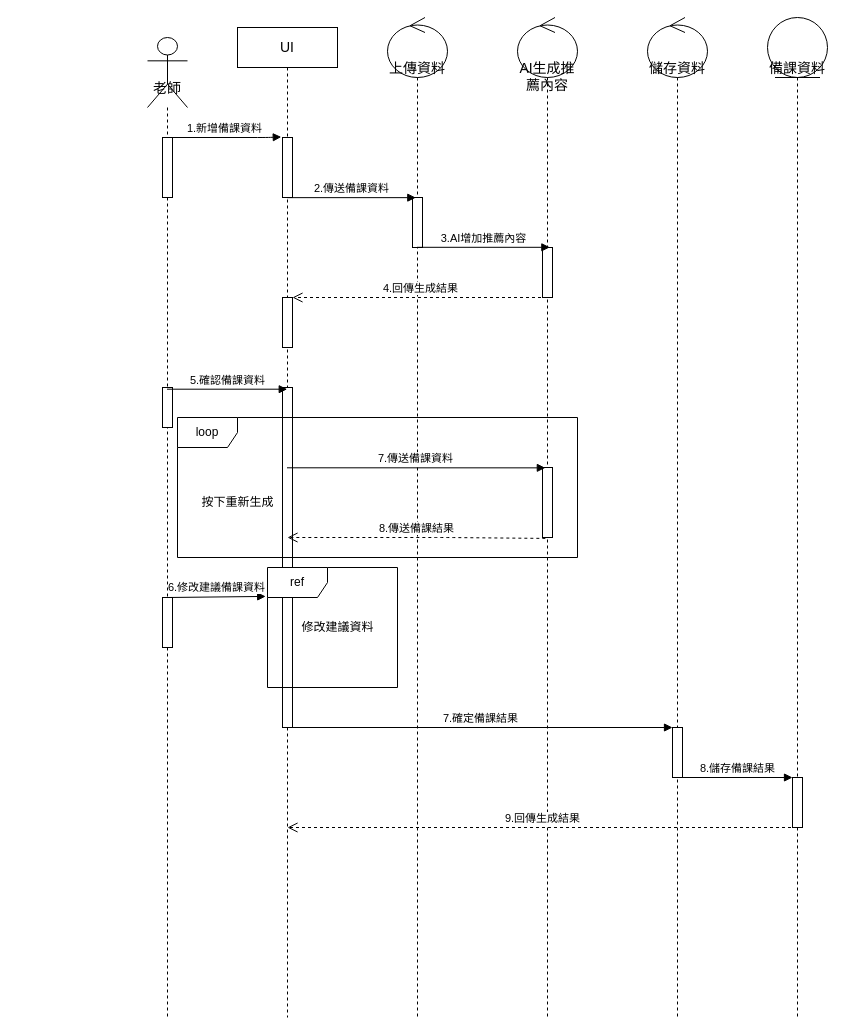
This is AC循序圖(建立備課資料並修改建議資料).drawio from Kevincheng0804/System-analysis, a draw.io file, before an edit. Source tidied: cells renumbered, new cells numbered last; positions are measured from the earlier drawing's top-left corner, leaving out a move shared by most shapes. Both pictures are drawn from the tidied source at 100%, with x=0, y=0 at pixel (147, 17).
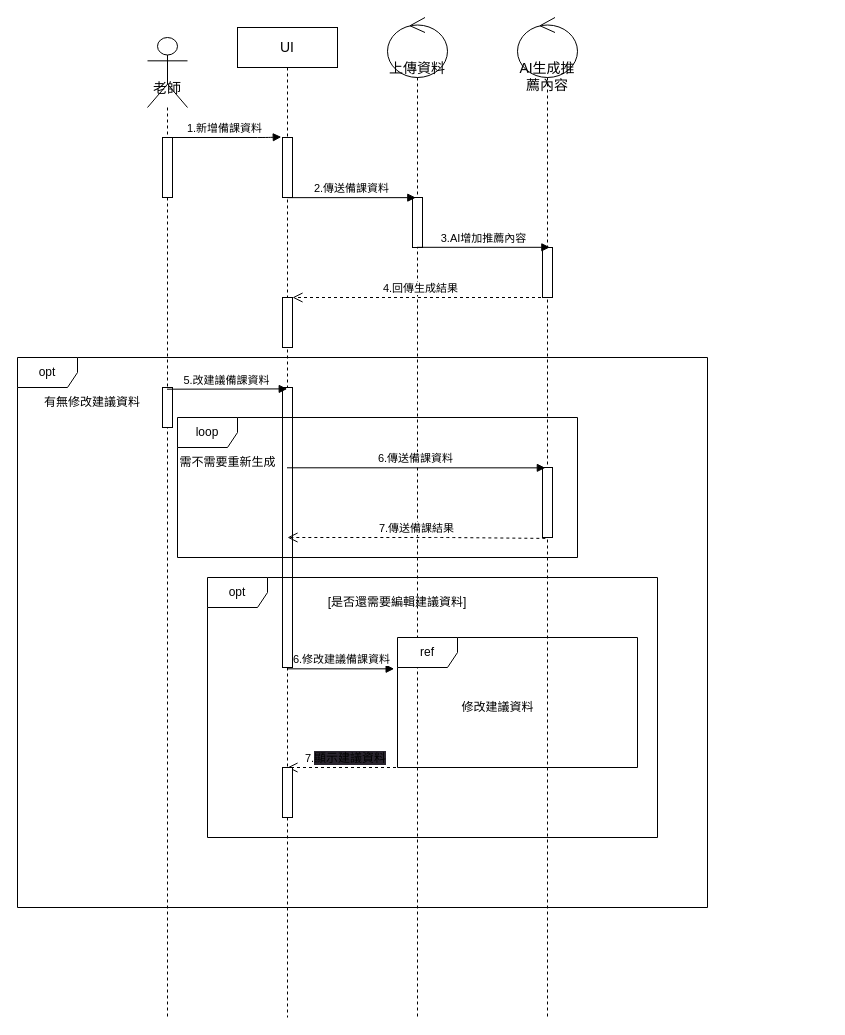
The same page after the edit.

The change refers to these unchanged cells:
```xml
<mxCell id="2" value="&lt;font style=&quot;font-size: 14px;&quot;&gt;老師&lt;/font&gt;" style="shape=umlLifeline;participant=umlActor;perimeter=lifelinePerimeter;whiteSpace=wrap;html=1;verticalAlign=top;spacingTop=36;outlineConnect=0;size=70;" parent="1" vertex="1">
  <mxGeometry y="20" width="40" height="980" as="geometry" />
</mxCell>
<mxCell id="6" value="UI" style="shape=umlLifeline;perimeter=lifelinePerimeter;whiteSpace=wrap;html=1;outlineConnect=0;fontSize=14;" parent="1" vertex="1">
  <mxGeometry x="90" y="10" width="100" height="990" as="geometry" />
</mxCell>
<mxCell id="14" style="html=1;points=[];perimeter=orthogonalPerimeter;" parent="12" vertex="1">
  <mxGeometry x="25" y="450" width="10" height="70" as="geometry" />
</mxCell>
```

Diff of the diagram source:
```diff
@@
-    <mxCell id="5" style="html=1;points=[];perimeter=orthogonalPerimeter;" parent="2" vertex="1">
-      <mxGeometry x="15" y="560" width="10" height="50" as="geometry" />
-    </mxCell>
@@
     <mxCell id="9" style="html=1;points=[];perimeter=orthogonalPerimeter;" parent="6" vertex="1">
-      <mxGeometry x="45" y="360" width="10" height="340" as="geometry" />
+      <mxGeometry x="45" y="360" width="10" height="280" as="geometry" />
     </mxCell>
+    <mxCell id="34" value="7.&lt;span style=&quot;font-size: 12px; background-color: rgb(42, 37, 47);&quot;&gt;顯示建議資料&lt;/span&gt;" style="html=1;verticalAlign=bottom;endArrow=open;dashed=1;endSize=8;" parent="6" edge="1">
+      <mxGeometry relative="1" as="geometry">
+        <mxPoint x="164.5" y="740" as="sourcePoint" />
+        <mxPoint x="50" y="740" as="targetPoint" />
+        <Array as="points">
+          <mxPoint x="85" y="740" />
+        </Array>
+      </mxGeometry>
+    </mxCell>
+    <mxCell id="35" style="html=1;perimeter=orthogonalPerimeter;" parent="6" vertex="1">
+      <mxGeometry x="45" y="740" width="10" height="50" as="geometry" />
+    </mxCell>
@@
-    <mxCell id="15" value="儲存資料" style="shape=umlLifeline;participant=umlControl;perimeter=lifelinePerimeter;whiteSpace=wrap;html=1;verticalAlign=top;spacingTop=36;fontSize=14;size=60;align=center;" parent="1" vertex="1">
-      <mxGeometry x="500" width="60" height="1000" as="geometry" />
-    </mxCell>
-    <mxCell id="16" style="html=1;points=[];perimeter=orthogonalPerimeter;" parent="15" vertex="1">
-      <mxGeometry x="25" y="710" width="10" height="50" as="geometry" />
-    </mxCell>
-    <mxCell id="17" value="備課資料" style="shape=umlLifeline;participant=umlEntity;perimeter=lifelinePerimeter;whiteSpace=wrap;html=1;verticalAlign=top;spacingTop=36;fontSize=14;size=60;" parent="1" vertex="1">
-      <mxGeometry x="620" width="60" height="1000" as="geometry" />
-    </mxCell>
-    <mxCell id="18" style="html=1;points=[];perimeter=orthogonalPerimeter;" parent="17" vertex="1">
-      <mxGeometry x="25" y="760" width="10" height="50" as="geometry" />
-    </mxCell>
@@
-    <mxCell id="23" value="5.確認備課資料" style="html=1;verticalAlign=bottom;startArrow=none;startFill=0;endArrow=block;startSize=8;entryX=0.473;entryY=0.005;entryDx=0;entryDy=0;entryPerimeter=0;" parent="1" edge="1" target="9">
+    <mxCell id="23" value="5.改建議備課資料" style="html=1;verticalAlign=bottom;startArrow=none;startFill=0;endArrow=block;startSize=8;entryX=0.473;entryY=0.005;entryDx=0;entryDy=0;entryPerimeter=0;" parent="1" edge="1" target="9">
       <mxGeometry relative="1" as="geometry">
         <mxPoint x="19.5" y="371.7" as="sourcePoint" />
       </mxGeometry>
     </mxCell>
-    <mxCell id="24" value="7.傳送備課資料" style="html=1;verticalAlign=bottom;startArrow=none;startFill=0;endArrow=block;startSize=8;entryX=0.283;entryY=0.005;entryDx=0;entryDy=0;entryPerimeter=0;" parent="1" edge="1" target="14">
+    <mxCell id="24" value="6.傳送備課資料" style="html=1;verticalAlign=bottom;startArrow=none;startFill=0;endArrow=block;startSize=8;entryX=0.283;entryY=0.005;entryDx=0;entryDy=0;entryPerimeter=0;" parent="1" edge="1" target="14">
       <mxGeometry relative="1" as="geometry">
         <mxPoint x="139.5" y="450.3" as="sourcePoint" />
       </mxGeometry>
     </mxCell>
@@
-    <mxCell id="26" value="按下重新生成" style="text;html=1;align=center;verticalAlign=middle;strokeColor=none;fillColor=none;" parent="1" vertex="1">
-      <mxGeometry x="40" y="470" width="100" height="30" as="geometry" />
+    <mxCell id="26" value="需不需要重新生成" style="text;html=1;align=center;verticalAlign=middle;strokeColor=none;fillColor=none;" parent="1" vertex="1">
+      <mxGeometry x="20" y="430" width="120" height="30" as="geometry" />
     </mxCell>
-    <mxCell id="27" value="7.確定備課結果" style="html=1;verticalAlign=bottom;startArrow=none;startFill=0;endArrow=block;startSize=8;" parent="1" edge="1" target="16">
-      <mxGeometry relative="1" as="geometry">
-        <mxPoint x="139.5" y="710" as="sourcePoint" />
-      </mxGeometry>
-    </mxCell>
-    <mxCell id="28" value="8.儲存備課結果" style="html=1;verticalAlign=bottom;startArrow=none;startFill=0;endArrow=block;startSize=8;" parent="1" edge="1" source="16" target="18">
-      <mxGeometry relative="1" as="geometry" />
-    </mxCell>
-    <mxCell id="29" value="8.傳送備課結果" style="html=1;verticalAlign=bottom;endArrow=open;dashed=1;endSize=8;exitX=0.283;exitY=1.013;exitDx=0;exitDy=0;exitPerimeter=0;" parent="1" edge="1" source="14">
+    <mxCell id="29" value="7.傳送備課結果" style="html=1;verticalAlign=bottom;endArrow=open;dashed=1;endSize=8;exitX=0.283;exitY=1.013;exitDx=0;exitDy=0;exitPerimeter=0;" parent="1" edge="1" source="14">
       <mxGeometry relative="1" as="geometry">
         <mxPoint x="140" y="520" as="targetPoint" />
         <Array as="points">
           <mxPoint x="297.8" y="520" />
         </Array>
       </mxGeometry>
     </mxCell>
-    <mxCell id="30" value="9.回傳生成結果" style="html=1;verticalAlign=bottom;endArrow=open;dashed=1;endSize=8;" parent="1" edge="1">
-      <mxGeometry relative="1" as="geometry">
-        <mxPoint x="649.5" y="810" as="sourcePoint" />
-        <mxPoint x="140" y="810" as="targetPoint" />
-        <Array as="points">
-          <mxPoint x="495" y="810" />
-        </Array>
-      </mxGeometry>
-    </mxCell>
     <mxCell id="31" value="ref" style="shape=umlFrame;whiteSpace=wrap;html=1;" parent="1" vertex="1">
-      <mxGeometry x="120" y="550" width="130" height="120" as="geometry" />
+      <mxGeometry x="250" y="620" width="240" height="130" as="geometry" />
     </mxCell>
-    <mxCell id="32" value="6.修改建議備課資料" style="html=1;verticalAlign=bottom;startArrow=none;startFill=0;endArrow=block;startSize=8;exitX=0.5;exitY=0;exitDx=0;exitDy=0;exitPerimeter=0;entryX=-0.014;entryY=0.241;entryDx=0;entryDy=0;entryPerimeter=0;" parent="1" edge="1" source="5" target="31">
+    <mxCell id="32" value="6.修改建議備課資料" style="html=1;verticalAlign=bottom;startArrow=none;startFill=0;endArrow=block;startSize=8;entryX=-0.014;entryY=0.241;entryDx=0;entryDy=0;entryPerimeter=0;" parent="1" edge="1" source="6" target="31">
       <mxGeometry relative="1" as="geometry" />
     </mxCell>
+    <mxCell id="36" value="有無修改建議資料" style="text;html=1;align=center;verticalAlign=middle;whiteSpace=wrap;rounded=0;" parent="1" vertex="1">
+      <mxGeometry x="-120" y="370" width="130" height="30" as="geometry" />
+    </mxCell>
+    <mxCell id="37" value="opt" style="shape=umlFrame;whiteSpace=wrap;html=1;" parent="1" vertex="1">
+      <mxGeometry x="60" y="560" width="450" height="260" as="geometry" />
+    </mxCell>
+    <mxCell id="38" value="[是否還需要編輯建議資料]" style="text;html=1;align=center;verticalAlign=middle;whiteSpace=wrap;rounded=0;" parent="1" vertex="1">
+      <mxGeometry x="170" y="570" width="160" height="30" as="geometry" />
+    </mxCell>
+    <mxCell id="39" value="opt" style="shape=umlFrame;whiteSpace=wrap;html=1;" parent="1" vertex="1">
+      <mxGeometry x="-130" y="340" width="690" height="550" as="geometry" />
+    </mxCell>
     <mxCell id="33" value="修改建議資料" style="text;html=1;align=center;verticalAlign=middle;strokeColor=none;fillColor=none;" parent="1" vertex="1">
-      <mxGeometry x="140" y="595" width="100" height="30" as="geometry" />
+      <mxGeometry x="300" y="675" width="100" height="30" as="geometry" />
     </mxCell>
```
